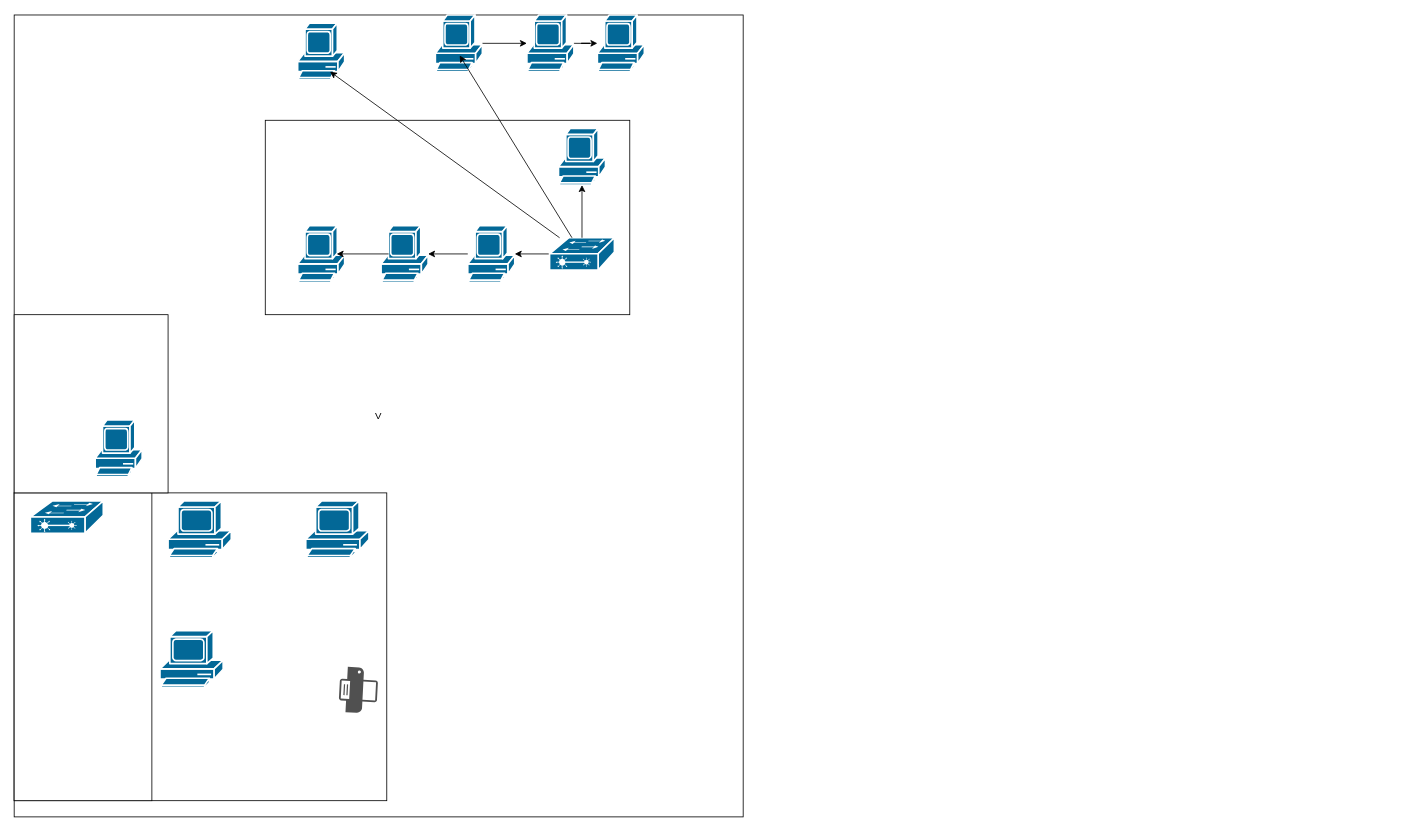
This is Untitled Diagram.drawio from GabrielBuenoSathler/mapa-de-rede, a draw.io file, before an edit. Source tidied: cells renumbered, new cells numbered last; positions are measured from the earlier drawing's top-left corner, leaving out a move shared by most shapes. Both pictures are drawn from the tidied source at 81%, with x=0, y=0 at pixel (14, 15).
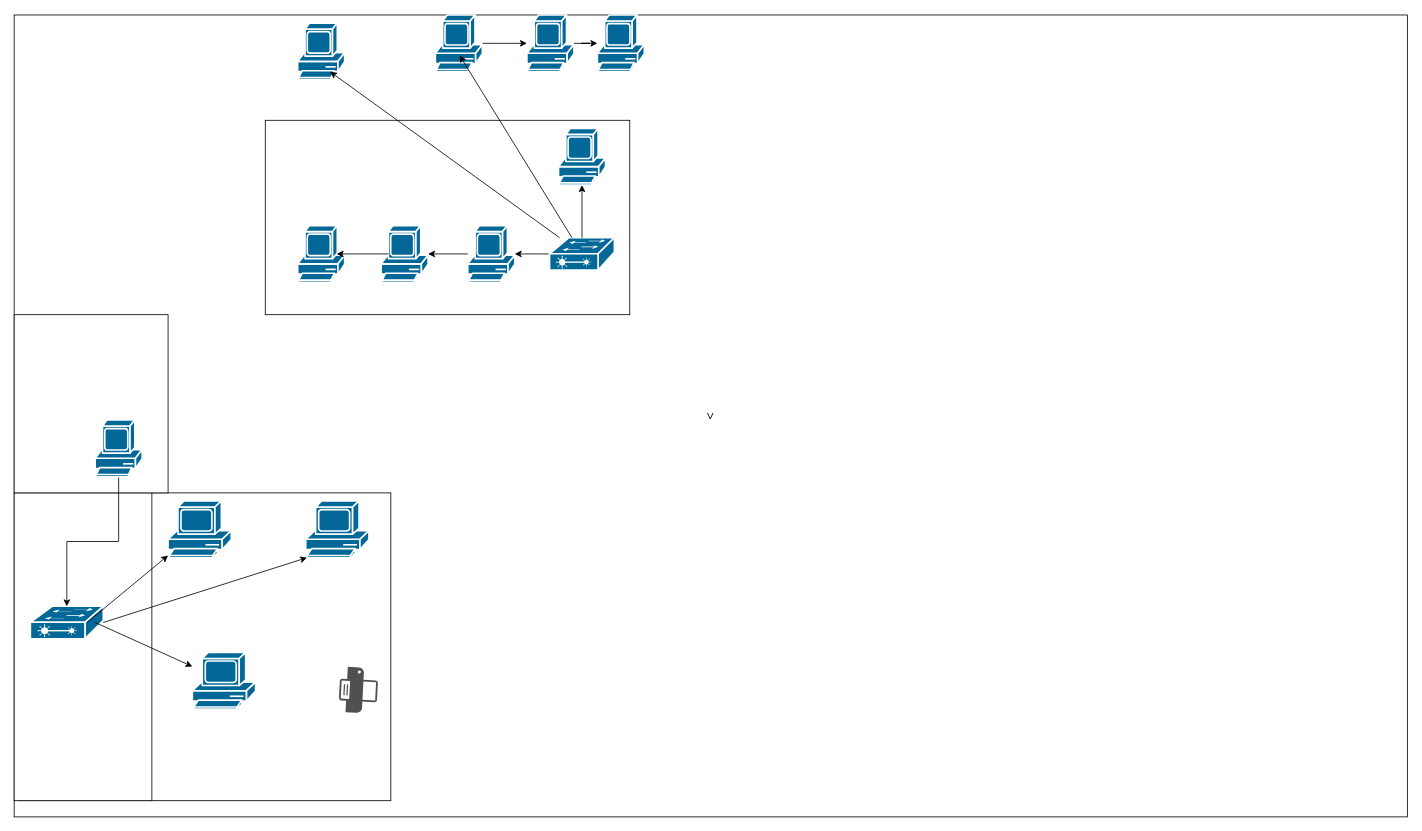
The same diagram, later.

The change refers to these unchanged cells:
```xml
<mxCell id="6" style="sketch=0;html=1;dashed=0;fillColor=#036897;strokeColor=#ffffff;strokeWidth=2;verticalLabelPosition=bottom;verticalAlign=top;align=center;outlineConnect=0;shape=mxgraph.cisco.computers_and_peripherals.pc;" parent="1" vertex="1">
  <mxGeometry x="190" y="600" width="78" height="70" as="geometry" />
</mxCell>
<mxCell id="7" style="sketch=0;html=1;dashed=0;fillColor=#036897;strokeColor=#ffffff;strokeWidth=2;verticalLabelPosition=bottom;verticalAlign=top;align=center;outlineConnect=0;shape=mxgraph.cisco.computers_and_peripherals.pc;" parent="1" vertex="1">
  <mxGeometry x="360" y="600" width="78" height="70" as="geometry" />
</mxCell>
<mxCell id="11" style="sketch=0;html=1;dashed=0;fillColor=#036897;strokeColor=#ffffff;strokeWidth=2;verticalLabelPosition=bottom;verticalAlign=top;align=center;outlineConnect=0;shape=mxgraph.cisco.computers_and_peripherals.pc;" parent="1" vertex="1">
  <mxGeometry x="100" y="500" width="58" height="70" as="geometry" />
</mxCell>
```

The edit, as a diff of the source:
```diff
@@
     <mxCell id="2" value="V" style="rounded=0;whiteSpace=wrap;html=1;" parent="1" vertex="1">
-      <mxGeometry width="900" height="990" as="geometry" />
+      <mxGeometry width="1720" height="990" as="geometry" />
     </mxCell>
     <mxCell id="3" style="rounded=0;whiteSpace=wrap;html=1;rotation=90;" parent="1" vertex="1">
-      <mxGeometry x="40" y="550" width="380" height="460" as="geometry" />
+      <mxGeometry x="45" y="550" width="380" height="460" as="geometry" />
     </mxCell>
@@
     <mxCell id="5" style="strokeColor=#ffffff;sketch=0;html=1;dashed=0;fillColor=#036897;strokeWidth=2;verticalLabelPosition=bottom;verticalAlign=top;align=center;outlineConnect=0;shape=mxgraph.cisco.switches.layer_2_remote_switch;" parent="1" vertex="1">
-      <mxGeometry x="20" y="600" width="90" height="40" as="geometry" />
+      <mxGeometry x="20" y="730" width="90" height="40" as="geometry" />
     </mxCell>
@@
     <mxCell id="8" style="sketch=0;html=1;dashed=0;fillColor=#036897;strokeColor=#ffffff;strokeWidth=2;verticalLabelPosition=bottom;verticalAlign=top;align=center;outlineConnect=0;shape=mxgraph.cisco.computers_and_peripherals.pc;" parent="1" vertex="1">
-      <mxGeometry x="180" y="760" width="78" height="70" as="geometry" />
+      <mxGeometry x="220" y="787" width="78" height="70" as="geometry" />
     </mxCell>
@@
+    <mxCell id="30" style="edgeStyle=orthogonalEdgeStyle;rounded=0;jettySize=auto;html=1;" parent="1" edge="1" source="11" target="5">
+      <mxGeometry relative="1" as="geometry" />
+    </mxCell>
@@
+    <mxCell id="31" style="endArrow=classic;html=1;rounded=0;" parent="1" edge="1" target="6">
+      <mxGeometry relative="1" as="geometry">
+        <mxPoint x="90" y="750" as="sourcePoint" />
+      </mxGeometry>
+    </mxCell>
+    <mxCell id="32" style="endArrow=classic;html=1;rounded=0;entryX=0.02;entryY=1;entryDx=0;entryDy=0;entryPerimeter=0;exitX=1;exitY=0.5;exitDx=0;exitDy=0;exitPerimeter=0;" parent="1" edge="1" source="5" target="7">
+      <mxGeometry relative="1" as="geometry" />
+    </mxCell>
+    <mxCell id="33" style="endArrow=classic;html=1;rounded=0;" parent="1" edge="1" target="8">
+      <mxGeometry relative="1" as="geometry">
+        <mxPoint x="100" y="750" as="sourcePoint" />
+      </mxGeometry>
+    </mxCell>
```
